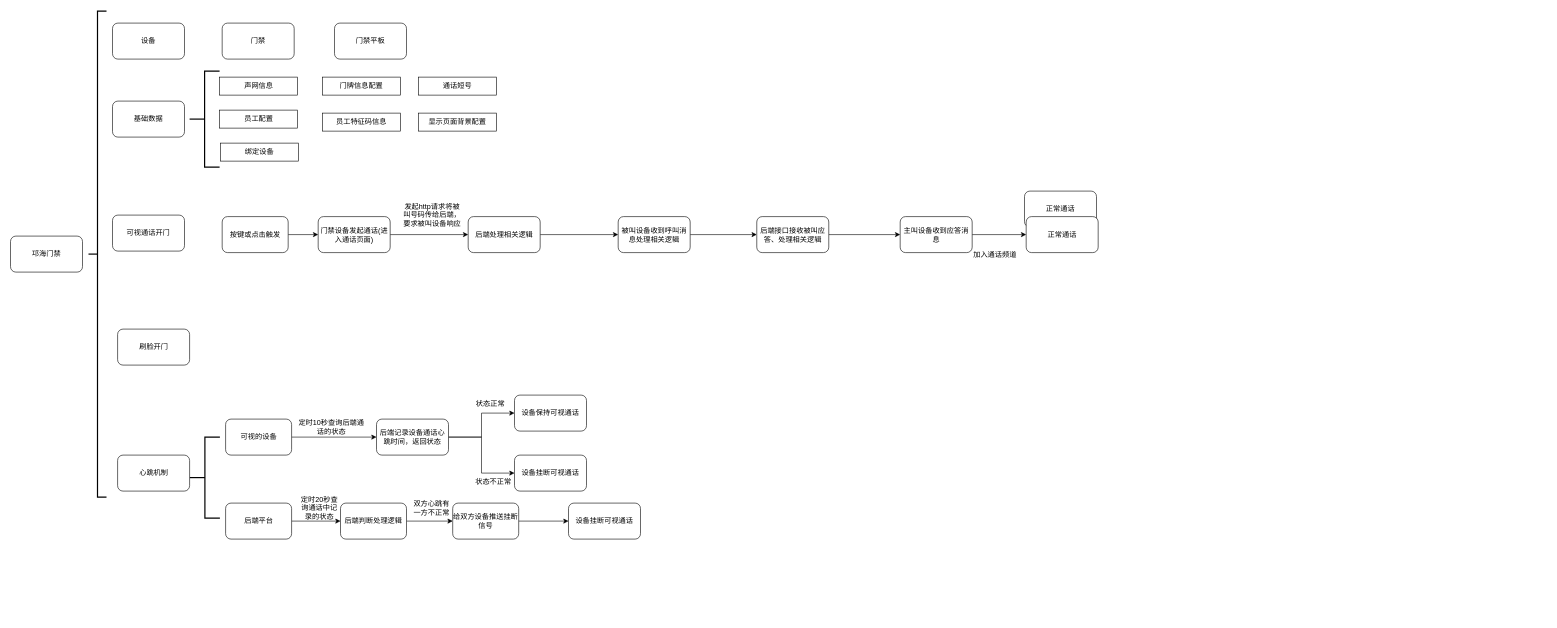
This is xzzh/邛海门禁.drawio from daniel-7d/draw, a draw.io file, before an edit. Source tidied: cells renumbered, new cells numbered last; positions are measured from the earlier drawing's top-left corner, leaving out a move shared by most shapes. Both pictures are drawn from the tidied source at 60%, with x=0, y=0 at pixel (10, 11).
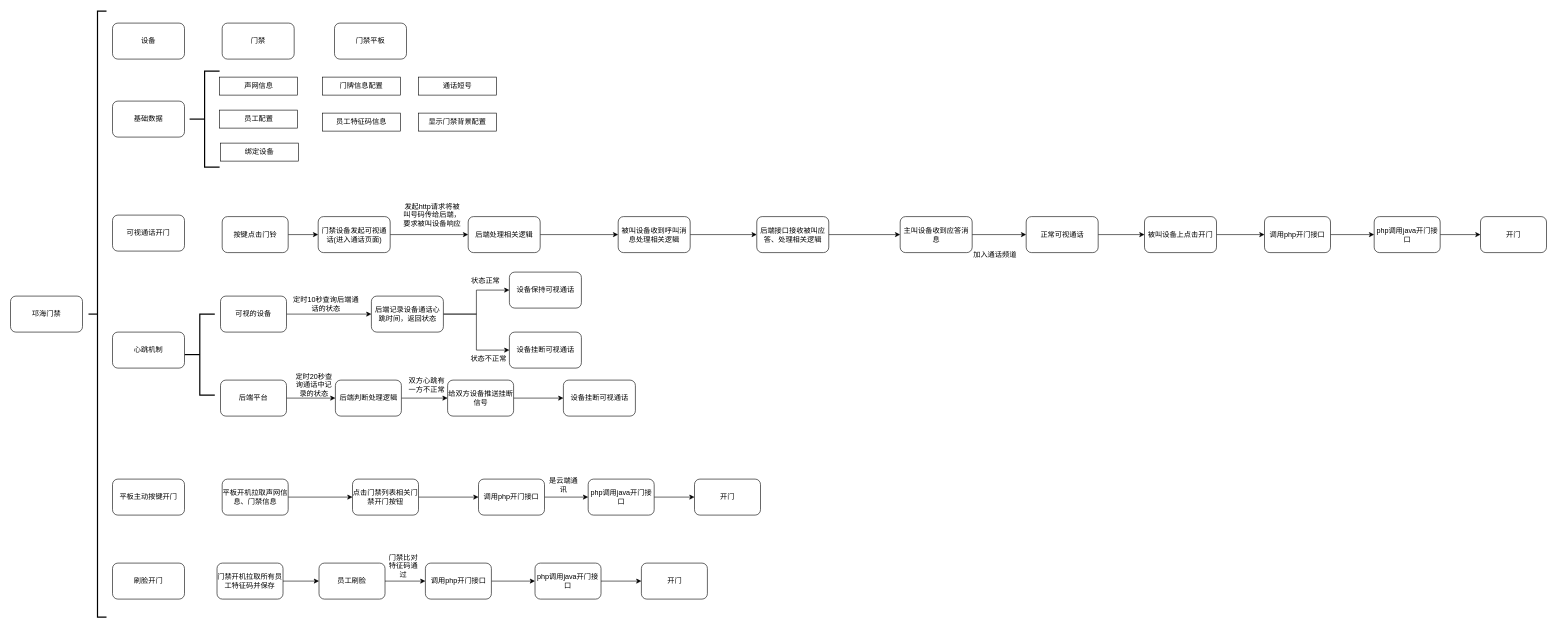
The same diagram, later.

Commit message:
更新邛海门禁.drawio

The edit, as a diff of the source:
```diff
@@
     <mxCell id="2" value="邛海门禁" style="rounded=1;whiteSpace=wrap;html=1;" parent="1" vertex="1">
-      <mxGeometry y="375" width="120" height="60" as="geometry" />
+      <mxGeometry y="475" width="120" height="60" as="geometry" />
     </mxCell>
     <mxCell id="3" style="strokeWidth=2;html=1;shape=mxgraph.flowchart.annotation_2;align=left;labelPosition=right;" parent="1" vertex="1">
-      <mxGeometry x="130" width="30" height="810" as="geometry" />
+      <mxGeometry x="130" width="30" height="1010" as="geometry" />
     </mxCell>
@@
-    <mxCell id="10" value="显示页面背景配置" style="rounded=0;whiteSpace=wrap;html=1;" parent="1" vertex="1">
+    <mxCell id="10" value="显示门禁背景配置" style="rounded=0;whiteSpace=wrap;html=1;" parent="1" vertex="1">
       <mxGeometry x="680" y="170" width="130" height="30" as="geometry" />
     </mxCell>
@@
-    <mxCell id="13" value="正常通话" style="rounded=1;whiteSpace=wrap;html=1;" parent="1" vertex="1">
-      <mxGeometry x="1690" y="300" width="120" height="60" as="geometry" />
-    </mxCell>
-    <mxCell id="14" value="刷脸开门" style="rounded=1;whiteSpace=wrap;html=1;" parent="1" vertex="1">
-      <mxGeometry x="178.5" y="530" width="120" height="60" as="geometry" />
-    </mxCell>
-    <mxCell id="15" value="心跳机制" style="rounded=1;whiteSpace=wrap;html=1;" parent="1" vertex="1">
-      <mxGeometry x="178.5" y="740" width="120" height="60" as="geometry" />
-    </mxCell>
-    <mxCell id="16" style="strokeWidth=2;html=1;shape=mxgraph.flowchart.annotation_2;align=left;labelPosition=right;" parent="1" vertex="1">
-      <mxGeometry x="299" y="710" width="50" height="135" as="geometry" />
-    </mxCell>
-    <mxCell id="17" style="edgeStyle=orthogonalEdgeStyle;rounded=0;jettySize=auto;html=1;exitX=1;exitY=0.5;exitDx=0;exitDy=0;entryX=0;entryY=0.5;entryDx=0;entryDy=0;" parent="1" edge="1" source="18" target="23">
-      <mxGeometry relative="1" as="geometry" />
-    </mxCell>
-    <mxCell id="18" value="可视的设备" style="rounded=1;whiteSpace=wrap;html=1;" parent="1" vertex="1">
-      <mxGeometry x="358.5" y="680" width="110" height="60" as="geometry" />
-    </mxCell>
-    <mxCell id="19" style="edgeStyle=orthogonalEdgeStyle;rounded=0;jettySize=auto;html=1;exitX=1;exitY=0.5;exitDx=0;exitDy=0;entryX=0;entryY=0.5;entryDx=0;entryDy=0;" parent="1" edge="1" source="20" target="30">
-      <mxGeometry relative="1" as="geometry" />
-    </mxCell>
-    <mxCell id="20" value="后端平台" style="rounded=1;whiteSpace=wrap;html=1;" parent="1" vertex="1">
-      <mxGeometry x="358.5" y="820" width="110" height="60" as="geometry" />
-    </mxCell>
-    <mxCell id="21" style="edgeStyle=orthogonalEdgeStyle;rounded=0;jettySize=auto;html=1;exitX=1;exitY=0.5;exitDx=0;exitDy=0;entryX=0;entryY=0.5;entryDx=0;entryDy=0;" parent="1" edge="1" source="23" target="25">
-      <mxGeometry relative="1" as="geometry" />
-    </mxCell>
-    <mxCell id="22" style="edgeStyle=orthogonalEdgeStyle;rounded=0;jettySize=auto;html=1;exitX=1;exitY=0.5;exitDx=0;exitDy=0;entryX=0;entryY=0.5;entryDx=0;entryDy=0;" parent="1" edge="1" source="23" target="27">
-      <mxGeometry relative="1" as="geometry" />
-    </mxCell>
-    <mxCell id="23" value="后端记录设备通话心跳时间，返回状态" style="rounded=1;whiteSpace=wrap;html=1;" parent="1" vertex="1">
-      <mxGeometry x="610" y="680" width="120" height="60" as="geometry" />
-    </mxCell>
-    <mxCell id="24" value="定时10秒查询后端通话的状态" style="text;html=1;strokeColor=none;fillColor=none;align=center;verticalAlign=middle;whiteSpace=wrap;rounded=0;" parent="1" vertex="1">
-      <mxGeometry x="478.5" y="665" width="111.5" height="55" as="geometry" />
-    </mxCell>
-    <mxCell id="25" value="设备保持可视通话" style="rounded=1;whiteSpace=wrap;html=1;" parent="1" vertex="1">
-      <mxGeometry x="840" y="640" width="120" height="60" as="geometry" />
-    </mxCell>
-    <mxCell id="26" value="状态正常" style="text;html=1;strokeColor=none;fillColor=none;align=center;verticalAlign=middle;whiteSpace=wrap;rounded=0;" parent="1" vertex="1">
-      <mxGeometry x="770" y="640" width="60" height="30" as="geometry" />
-    </mxCell>
-    <mxCell id="27" value="设备挂断可视通话" style="rounded=1;whiteSpace=wrap;html=1;" parent="1" vertex="1">
-      <mxGeometry x="840" y="740" width="120" height="60" as="geometry" />
-    </mxCell>
-    <mxCell id="28" value="状态不正常" style="text;html=1;strokeColor=none;fillColor=none;align=center;verticalAlign=middle;whiteSpace=wrap;rounded=0;" parent="1" vertex="1">
-      <mxGeometry x="770" y="770" width="70" height="30" as="geometry" />
-    </mxCell>
-    <mxCell id="29" style="edgeStyle=orthogonalEdgeStyle;rounded=0;jettySize=auto;html=1;exitX=1;exitY=0.5;exitDx=0;exitDy=0;" parent="1" edge="1" source="30" target="33">
-      <mxGeometry relative="1" as="geometry" />
-    </mxCell>
-    <mxCell id="30" value="后端判断处理逻辑" style="rounded=1;whiteSpace=wrap;html=1;" parent="1" vertex="1">
-      <mxGeometry x="550" y="820" width="110" height="60" as="geometry" />
-    </mxCell>
-    <mxCell id="31" value="定时20秒查询通话中记录的状态" style="text;html=1;strokeColor=none;fillColor=none;align=center;verticalAlign=middle;whiteSpace=wrap;rounded=0;" parent="1" vertex="1">
-      <mxGeometry x="478.5" y="800" width="71.5" height="55" as="geometry" />
-    </mxCell>
-    <mxCell id="32" style="edgeStyle=orthogonalEdgeStyle;rounded=0;jettySize=auto;html=1;exitX=1;exitY=0.5;exitDx=0;exitDy=0;entryX=0;entryY=0.5;entryDx=0;entryDy=0;" parent="1" edge="1" source="33" target="34">
-      <mxGeometry relative="1" as="geometry" />
-    </mxCell>
-    <mxCell id="33" value="给双方设备推送挂断信号" style="rounded=1;whiteSpace=wrap;html=1;" parent="1" vertex="1">
-      <mxGeometry x="737" y="820" width="110" height="60" as="geometry" />
-    </mxCell>
-    <mxCell id="34" value="设备挂断可视通话" style="rounded=1;whiteSpace=wrap;html=1;" parent="1" vertex="1">
-      <mxGeometry x="930" y="820" width="120" height="60" as="geometry" />
-    </mxCell>
-    <mxCell id="35" value="双方心跳有一方不正常" style="text;html=1;strokeColor=none;fillColor=none;align=center;verticalAlign=middle;whiteSpace=wrap;rounded=0;" parent="1" vertex="1">
-      <mxGeometry x="666" y="800" width="71.5" height="55" as="geometry" />
-    </mxCell>
@@
-    <mxCell id="41" value="按键或点击触发" style="rounded=1;whiteSpace=wrap;html=1;" parent="1" vertex="1">
+    <mxCell id="41" value="按键点击门铃" style="rounded=1;whiteSpace=wrap;html=1;" parent="1" vertex="1">
       <mxGeometry x="352.8" y="342.5" width="110" height="60" as="geometry" />
     </mxCell>
@@
-    <mxCell id="43" value="门禁设备发起通话(进入通话页面)" style="rounded=1;whiteSpace=wrap;html=1;" parent="1" vertex="1">
+    <mxCell id="43" value="门禁设备发起可视通话(进入通话页面)" style="rounded=1;whiteSpace=wrap;html=1;" parent="1" vertex="1">
       <mxGeometry x="512.8" y="342.5" width="120" height="60" as="geometry" />
     </mxCell>
@@
+    <mxCell id="55" style="edgeStyle=orthogonalEdgeStyle;rounded=0;jettySize=auto;html=1;exitX=1;exitY=0.5;exitDx=0;exitDy=0;entryX=0;entryY=0.5;entryDx=0;entryDy=0;" parent="1" edge="1" source="53" target="72">
+      <mxGeometry relative="1" as="geometry" />
+    </mxCell>
-    <mxCell id="53" value="正常通话" style="rounded=1;whiteSpace=wrap;html=1;" parent="1" vertex="1">
+    <mxCell id="53" value="正常可视通话" style="rounded=1;whiteSpace=wrap;html=1;" parent="1" vertex="1">
       <mxGeometry x="1692.8" y="342.5" width="120" height="60" as="geometry" />
     </mxCell>
@@
+    <mxCell id="14" value="刷脸开门" style="rounded=1;whiteSpace=wrap;html=1;" parent="1" vertex="1">
+      <mxGeometry x="170" y="920" width="120" height="60" as="geometry" />
+    </mxCell>
+    <mxCell id="56" style="edgeStyle=orthogonalEdgeStyle;rounded=0;jettySize=auto;html=1;exitX=1;exitY=0.5;exitDx=0;exitDy=0;entryX=0;entryY=0.5;entryDx=0;entryDy=0;" parent="1" edge="1" source="57" target="59">
+      <mxGeometry relative="1" as="geometry" />
+    </mxCell>
+    <mxCell id="57" value="门禁开机拉取所有员工特征码并保存" style="rounded=1;whiteSpace=wrap;html=1;" parent="1" vertex="1">
+      <mxGeometry x="344.2" y="920" width="110" height="60" as="geometry" />
+    </mxCell>
+    <mxCell id="58" style="edgeStyle=orthogonalEdgeStyle;rounded=0;jettySize=auto;html=1;exitX=1;exitY=0.5;exitDx=0;exitDy=0;entryX=0;entryY=0.5;entryDx=0;entryDy=0;" parent="1" edge="1" source="59" target="61">
+      <mxGeometry relative="1" as="geometry" />
+    </mxCell>
+    <mxCell id="59" value="员工刷脸" style="rounded=1;whiteSpace=wrap;html=1;" parent="1" vertex="1">
+      <mxGeometry x="514.2" y="920" width="110" height="60" as="geometry" />
+    </mxCell>
+    <mxCell id="60" style="edgeStyle=orthogonalEdgeStyle;rounded=0;jettySize=auto;html=1;exitX=1;exitY=0.5;exitDx=0;exitDy=0;entryX=0;entryY=0.5;entryDx=0;entryDy=0;" parent="1" edge="1" source="61" target="64">
+      <mxGeometry relative="1" as="geometry" />
+    </mxCell>
+    <mxCell id="61" value="调用php开门接口" style="rounded=1;whiteSpace=wrap;html=1;" parent="1" vertex="1">
+      <mxGeometry x="691.5" y="920" width="110" height="60" as="geometry" />
+    </mxCell>
+    <mxCell id="62" value="门禁比对特征码通过" style="text;html=1;strokeColor=none;fillColor=none;align=center;verticalAlign=middle;whiteSpace=wrap;rounded=0;" parent="1" vertex="1">
+      <mxGeometry x="624.5" y="910" width="60" height="30" as="geometry" />
+    </mxCell>
+    <mxCell id="63" style="edgeStyle=orthogonalEdgeStyle;rounded=0;jettySize=auto;html=1;exitX=1;exitY=0.5;exitDx=0;exitDy=0;entryX=0;entryY=0.5;entryDx=0;entryDy=0;" parent="1" edge="1" source="64" target="65">
+      <mxGeometry relative="1" as="geometry" />
+    </mxCell>
+    <mxCell id="64" value="php调用java开门接口" style="rounded=1;whiteSpace=wrap;html=1;" parent="1" vertex="1">
+      <mxGeometry x="874.2" y="920" width="110" height="60" as="geometry" />
+    </mxCell>
+    <mxCell id="65" value="开门" style="rounded=1;whiteSpace=wrap;html=1;" parent="1" vertex="1">
+      <mxGeometry x="1051.5" y="920" width="110" height="60" as="geometry" />
+    </mxCell>
+    <mxCell id="15" value="心跳机制" style="rounded=1;whiteSpace=wrap;html=1;" parent="1" vertex="1">
+      <mxGeometry x="170" y="535" width="120" height="60" as="geometry" />
+    </mxCell>
+    <mxCell id="66" style="strokeWidth=2;html=1;shape=mxgraph.flowchart.annotation_2;align=left;labelPosition=right;" parent="1" vertex="1">
+      <mxGeometry x="290.5" y="505" width="50" height="135" as="geometry" />
+    </mxCell>
+    <mxCell id="17" style="edgeStyle=orthogonalEdgeStyle;rounded=0;jettySize=auto;html=1;exitX=1;exitY=0.5;exitDx=0;exitDy=0;entryX=0;entryY=0.5;entryDx=0;entryDy=0;" parent="1" edge="1" source="18" target="23">
+      <mxGeometry relative="1" as="geometry" />
+    </mxCell>
+    <mxCell id="18" value="可视的设备" style="rounded=1;whiteSpace=wrap;html=1;" parent="1" vertex="1">
+      <mxGeometry x="350" y="475" width="110" height="60" as="geometry" />
+    </mxCell>
+    <mxCell id="19" style="edgeStyle=orthogonalEdgeStyle;rounded=0;jettySize=auto;html=1;exitX=1;exitY=0.5;exitDx=0;exitDy=0;entryX=0;entryY=0.5;entryDx=0;entryDy=0;" parent="1" edge="1" source="20" target="30">
+      <mxGeometry relative="1" as="geometry" />
+    </mxCell>
+    <mxCell id="20" value="后端平台" style="rounded=1;whiteSpace=wrap;html=1;" parent="1" vertex="1">
+      <mxGeometry x="350" y="615" width="110" height="60" as="geometry" />
+    </mxCell>
+    <mxCell id="21" style="edgeStyle=orthogonalEdgeStyle;rounded=0;jettySize=auto;html=1;exitX=1;exitY=0.5;exitDx=0;exitDy=0;entryX=0;entryY=0.5;entryDx=0;entryDy=0;" parent="1" edge="1" source="23" target="25">
+      <mxGeometry relative="1" as="geometry" />
+    </mxCell>
+    <mxCell id="67" style="edgeStyle=orthogonalEdgeStyle;rounded=0;jettySize=auto;html=1;exitX=1;exitY=0.5;exitDx=0;exitDy=0;entryX=0;entryY=0.5;entryDx=0;entryDy=0;" parent="1" edge="1" source="23" target="68">
+      <mxGeometry relative="1" as="geometry" />
+    </mxCell>
+    <mxCell id="23" value="后端记录设备通话心跳时间，返回状态" style="rounded=1;whiteSpace=wrap;html=1;" parent="1" vertex="1">
+      <mxGeometry x="601.5" y="475" width="120" height="60" as="geometry" />
+    </mxCell>
+    <mxCell id="24" value="定时10秒查询后端通话的状态" style="text;html=1;strokeColor=none;fillColor=none;align=center;verticalAlign=middle;whiteSpace=wrap;rounded=0;" parent="1" vertex="1">
+      <mxGeometry x="470" y="460" width="111.5" height="55" as="geometry" />
+    </mxCell>
+    <mxCell id="25" value="设备保持可视通话" style="rounded=1;whiteSpace=wrap;html=1;" parent="1" vertex="1">
+      <mxGeometry x="831.5" y="435" width="120" height="60" as="geometry" />
+    </mxCell>
+    <mxCell id="26" value="状态正常" style="text;html=1;strokeColor=none;fillColor=none;align=center;verticalAlign=middle;whiteSpace=wrap;rounded=0;" parent="1" vertex="1">
+      <mxGeometry x="761.5" y="435" width="60" height="30" as="geometry" />
+    </mxCell>
+    <mxCell id="68" value="设备挂断可视通话" style="rounded=1;whiteSpace=wrap;html=1;" parent="1" vertex="1">
+      <mxGeometry x="831.5" y="535" width="120" height="60" as="geometry" />
+    </mxCell>
+    <mxCell id="28" value="状态不正常" style="text;html=1;strokeColor=none;fillColor=none;align=center;verticalAlign=middle;whiteSpace=wrap;rounded=0;" parent="1" vertex="1">
+      <mxGeometry x="761.5" y="565" width="70" height="30" as="geometry" />
+    </mxCell>
+    <mxCell id="29" style="edgeStyle=orthogonalEdgeStyle;rounded=0;jettySize=auto;html=1;exitX=1;exitY=0.5;exitDx=0;exitDy=0;" parent="1" edge="1" source="30" target="33">
+      <mxGeometry relative="1" as="geometry" />
+    </mxCell>
+    <mxCell id="30" value="后端判断处理逻辑" style="rounded=1;whiteSpace=wrap;html=1;" parent="1" vertex="1">
+      <mxGeometry x="541.5" y="615" width="110" height="60" as="geometry" />
+    </mxCell>
+    <mxCell id="31" value="定时20秒查询通话中记录的状态" style="text;html=1;strokeColor=none;fillColor=none;align=center;verticalAlign=middle;whiteSpace=wrap;rounded=0;" parent="1" vertex="1">
+      <mxGeometry x="470" y="595" width="71.5" height="55" as="geometry" />
+    </mxCell>
+    <mxCell id="69" style="edgeStyle=orthogonalEdgeStyle;rounded=0;jettySize=auto;html=1;exitX=1;exitY=0.5;exitDx=0;exitDy=0;entryX=0;entryY=0.5;entryDx=0;entryDy=0;" parent="1" edge="1" source="33" target="70">
+      <mxGeometry relative="1" as="geometry" />
+    </mxCell>
+    <mxCell id="33" value="给双方设备推送挂断信号" style="rounded=1;whiteSpace=wrap;html=1;" parent="1" vertex="1">
+      <mxGeometry x="728.5" y="615" width="110" height="60" as="geometry" />
+    </mxCell>
+    <mxCell id="70" value="设备挂断可视通话" style="rounded=1;whiteSpace=wrap;html=1;" parent="1" vertex="1">
+      <mxGeometry x="921.5" y="615" width="120" height="60" as="geometry" />
+    </mxCell>
+    <mxCell id="35" value="双方心跳有一方不正常" style="text;html=1;strokeColor=none;fillColor=none;align=center;verticalAlign=middle;whiteSpace=wrap;rounded=0;" parent="1" vertex="1">
+      <mxGeometry x="657.5" y="595" width="71.5" height="55" as="geometry" />
+    </mxCell>
+    <mxCell id="71" style="edgeStyle=orthogonalEdgeStyle;rounded=0;jettySize=auto;html=1;exitX=1;exitY=0.5;exitDx=0;exitDy=0;entryX=0;entryY=0.5;entryDx=0;entryDy=0;" parent="1" edge="1" source="72" target="74">
+      <mxGeometry relative="1" as="geometry" />
+    </mxCell>
+    <mxCell id="72" value="被叫设备上点击开门" style="rounded=1;whiteSpace=wrap;html=1;" parent="1" vertex="1">
+      <mxGeometry x="1890" y="342.5" width="120" height="60" as="geometry" />
+    </mxCell>
+    <mxCell id="73" style="edgeStyle=orthogonalEdgeStyle;rounded=0;jettySize=auto;html=1;exitX=1;exitY=0.5;exitDx=0;exitDy=0;entryX=0;entryY=0.5;entryDx=0;entryDy=0;" parent="1" edge="1" source="74" target="76">
+      <mxGeometry relative="1" as="geometry" />
+    </mxCell>
+    <mxCell id="74" value="调用php开门接口" style="rounded=1;whiteSpace=wrap;html=1;" parent="1" vertex="1">
+      <mxGeometry x="2090" y="342.5" width="110" height="60" as="geometry" />
+    </mxCell>
+    <mxCell id="75" style="edgeStyle=orthogonalEdgeStyle;rounded=0;jettySize=auto;html=1;exitX=1;exitY=0.5;exitDx=0;exitDy=0;entryX=0;entryY=0.5;entryDx=0;entryDy=0;" parent="1" edge="1" source="76" target="77">
+      <mxGeometry relative="1" as="geometry" />
+    </mxCell>
+    <mxCell id="76" value="php调用java开门接口" style="rounded=1;whiteSpace=wrap;html=1;" parent="1" vertex="1">
+      <mxGeometry x="2272.8" y="342.5" width="110" height="60" as="geometry" />
+    </mxCell>
+    <mxCell id="77" value="开门" style="rounded=1;whiteSpace=wrap;html=1;" parent="1" vertex="1">
+      <mxGeometry x="2450" y="342.5" width="110" height="60" as="geometry" />
+    </mxCell>
+    <mxCell id="78" value="平板主动按键开门" style="rounded=1;whiteSpace=wrap;html=1;" parent="1" vertex="1">
+      <mxGeometry x="170" y="780" width="120" height="60" as="geometry" />
+    </mxCell>
+    <mxCell id="79" style="edgeStyle=orthogonalEdgeStyle;rounded=0;jettySize=auto;html=1;exitX=1;exitY=0.5;exitDx=0;exitDy=0;entryX=0;entryY=0.5;entryDx=0;entryDy=0;" parent="1" edge="1" source="80" target="87">
+      <mxGeometry relative="1" as="geometry" />
+    </mxCell>
+    <mxCell id="80" value="平板开机拉取声网信息、门禁信息" style="rounded=1;whiteSpace=wrap;html=1;" parent="1" vertex="1">
+      <mxGeometry x="352.8" y="780" width="110" height="60" as="geometry" />
+    </mxCell>
+    <mxCell id="81" style="edgeStyle=orthogonalEdgeStyle;rounded=0;jettySize=auto;html=1;exitX=1;exitY=0.5;exitDx=0;exitDy=0;entryX=0;entryY=0.5;entryDx=0;entryDy=0;" parent="1" edge="1" source="82" target="84">
+      <mxGeometry relative="1" as="geometry" />
+    </mxCell>
+    <mxCell id="82" value="调用php开门接口" style="rounded=1;whiteSpace=wrap;html=1;" parent="1" vertex="1">
+      <mxGeometry x="780" y="780" width="110" height="60" as="geometry" />
+    </mxCell>
+    <mxCell id="83" style="edgeStyle=orthogonalEdgeStyle;rounded=0;jettySize=auto;html=1;exitX=1;exitY=0.5;exitDx=0;exitDy=0;entryX=0;entryY=0.5;entryDx=0;entryDy=0;" parent="1" edge="1" source="84" target="85">
+      <mxGeometry relative="1" as="geometry" />
+    </mxCell>
+    <mxCell id="84" value="php调用java开门接口" style="rounded=1;whiteSpace=wrap;html=1;" parent="1" vertex="1">
+      <mxGeometry x="962.8" y="780" width="110" height="60" as="geometry" />
+    </mxCell>
+    <mxCell id="85" value="开门" style="rounded=1;whiteSpace=wrap;html=1;" parent="1" vertex="1">
+      <mxGeometry x="1140" y="780" width="110" height="60" as="geometry" />
+    </mxCell>
+    <mxCell id="86" style="edgeStyle=orthogonalEdgeStyle;rounded=0;jettySize=auto;html=1;exitX=1;exitY=0.5;exitDx=0;exitDy=0;entryX=0;entryY=0.5;entryDx=0;entryDy=0;" parent="1" edge="1" source="87" target="82">
+      <mxGeometry relative="1" as="geometry" />
+    </mxCell>
+    <mxCell id="87" value="点击门禁列表相关门禁开门按钮" style="rounded=1;whiteSpace=wrap;html=1;" parent="1" vertex="1">
+      <mxGeometry x="570" y="780" width="110" height="60" as="geometry" />
+    </mxCell>
+    <mxCell id="88" value="是云端通讯" style="text;html=1;strokeColor=none;fillColor=none;align=center;verticalAlign=middle;whiteSpace=wrap;rounded=0;" parent="1" vertex="1">
+      <mxGeometry x="891.5" y="770" width="60" height="40" as="geometry" />
+    </mxCell>
```
